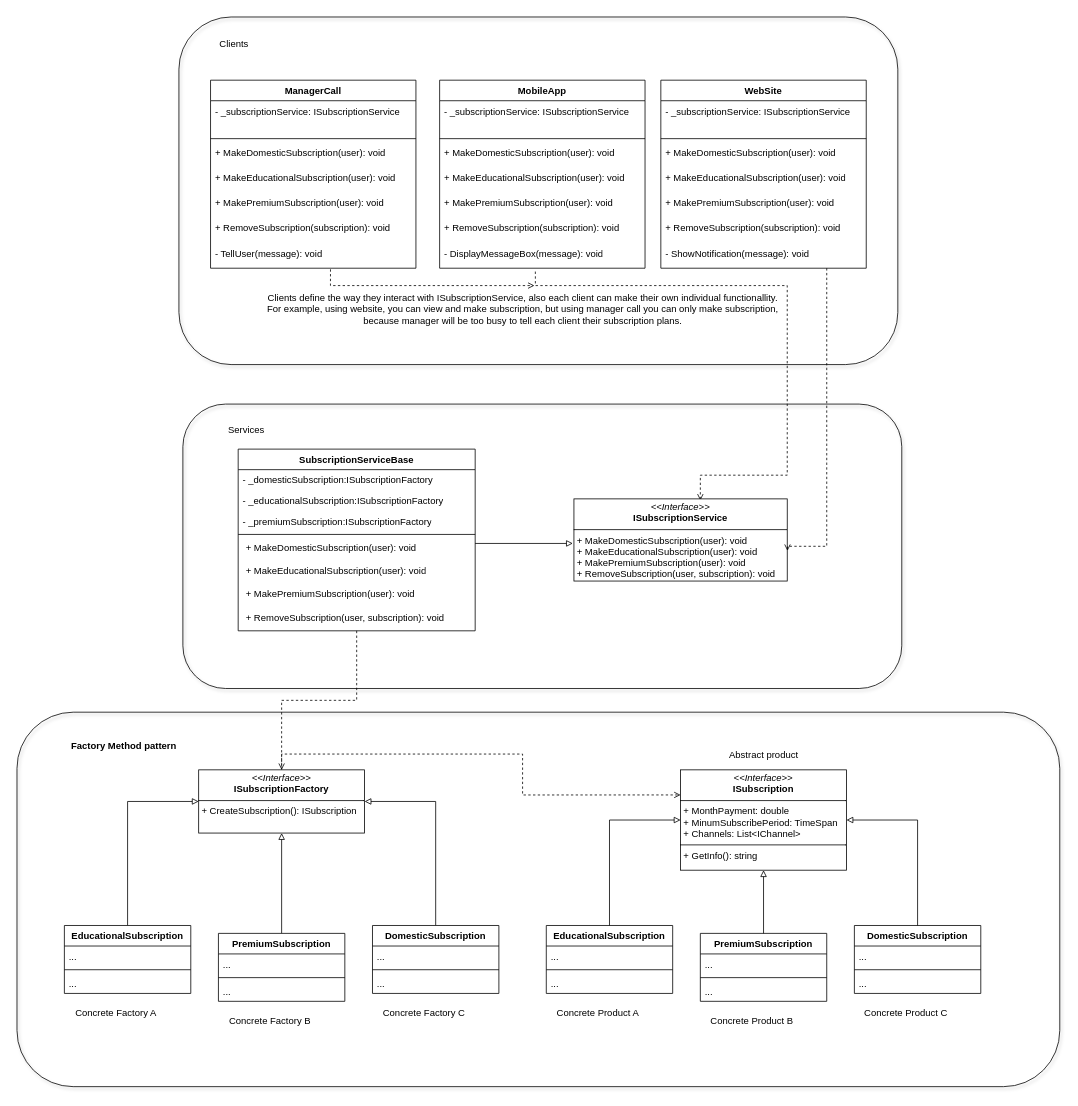
Before: Lab02/PatternExamples/Factory Method/FactoryMethod.drawio in DmitryKalinovskyi/Software-Design, a draw.io diagram. Source tidied: cells renumbered, new cells numbered last; positions are measured from the earlier drawing's top-left corner, leaving out a move shared by most shapes. Both pictures are drawn from the tidied source at 79%, with x=0, y=0 at pixel (17, 17).
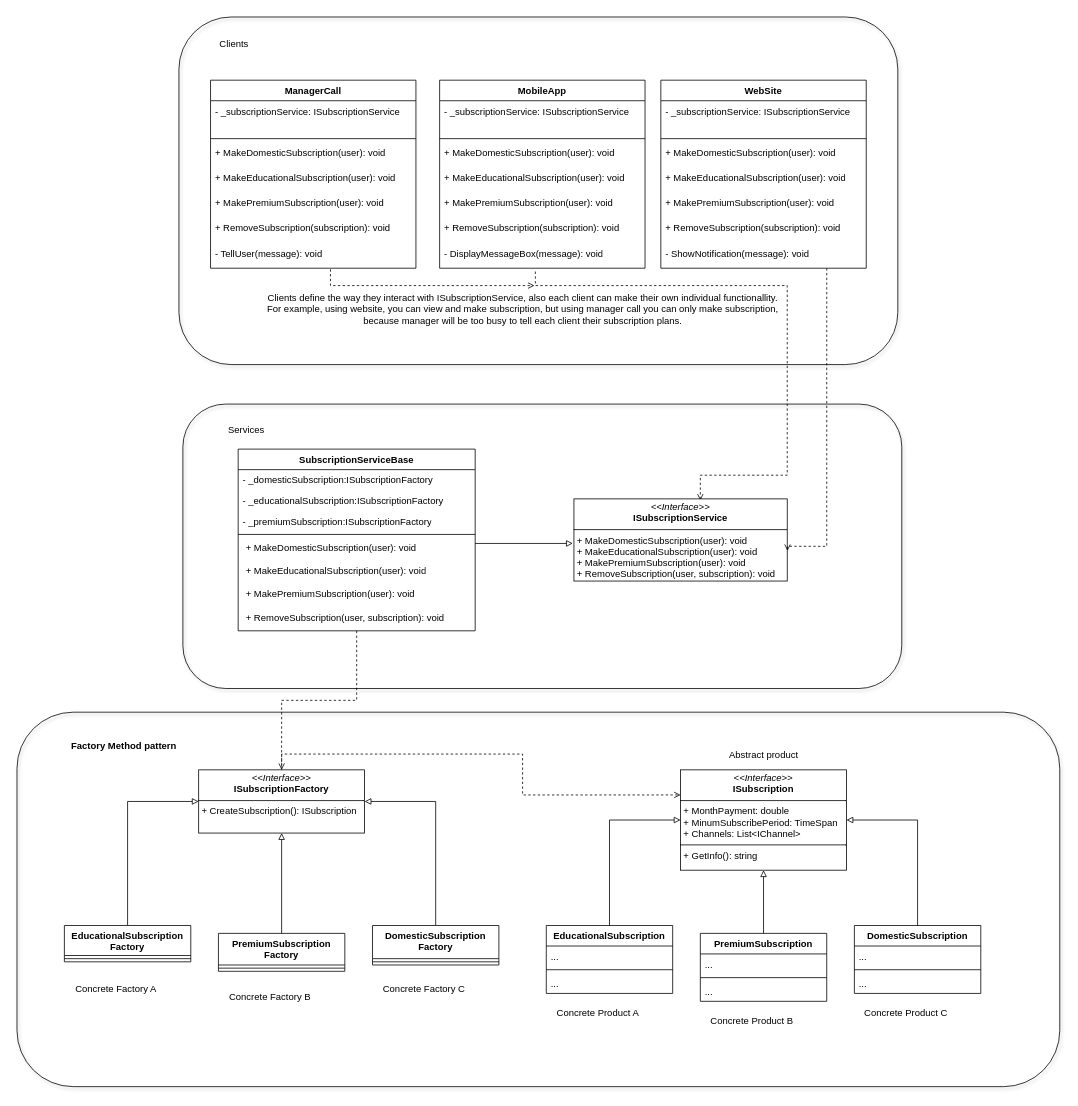
After the change.

Commit message (it also covers changes not shown here):
Updated factory method uml diagram

What changed in the source:
```diff
@@
+    <mxCell id="85" style="rounded=1;whiteSpace=wrap;html=1;fillColor=none;glass=0;shadow=1;" parent="1" vertex="1">
+      <mxGeometry y="880" width="1320" height="474" as="geometry" />
+    </mxCell>
@@
-    <mxCell id="55" value="DomesticSubscription" style="swimlane;fontStyle=1;align=center;verticalAlign=top;horizontal=1;startSize=26;whiteSpace=wrap;html=1;" parent="1" vertex="1">
-      <mxGeometry x="450" y="1150" width="160" height="86" as="geometry" />
+    <mxCell id="55" value="DomesticSubscription Factory" style="swimlane;fontStyle=1;align=center;verticalAlign=top;horizontal=1;startSize=42;whiteSpace=wrap;html=1;" parent="1" vertex="1">
+      <mxGeometry x="450" y="1150" width="160" height="50" as="geometry" />
     </mxCell>
-    <mxCell id="56" value="..." style="text;strokeColor=none;fillColor=none;align=left;verticalAlign=top;spacingLeft=4;spacingRight=4;overflow=hidden;whiteSpace=wrap;html=1;" parent="55" vertex="1">
-      <mxGeometry y="26" width="160" height="26" as="geometry" />
-    </mxCell>
     <mxCell id="57" style="line;strokeWidth=1;fillColor=none;align=left;verticalAlign=middle;spacingTop=-1;spacingLeft=3;spacingRight=3;labelPosition=right;strokeColor=inherit;" parent="55" vertex="1">
-      <mxGeometry y="52" width="160" height="8" as="geometry" />
+      <mxGeometry y="42" width="160" height="8" as="geometry" />
     </mxCell>
-    <mxCell id="58" value="..." style="text;strokeColor=none;fillColor=none;align=left;verticalAlign=top;spacingLeft=4;spacingRight=4;overflow=hidden;whiteSpace=wrap;html=1;" parent="55" vertex="1">
-      <mxGeometry y="60" width="160" height="26" as="geometry" />
-    </mxCell>
-    <mxCell id="59" value="PremiumSubscription" style="swimlane;fontStyle=1;align=center;verticalAlign=top;horizontal=1;startSize=26;whiteSpace=wrap;html=1;" parent="1" vertex="1">
-      <mxGeometry x="255" y="1160" width="160" height="86" as="geometry" />
+    <mxCell id="59" value="PremiumSubscription Factory" style="swimlane;fontStyle=1;align=center;verticalAlign=top;horizontal=1;startSize=40;whiteSpace=wrap;html=1;" parent="1" vertex="1">
+      <mxGeometry x="255" y="1160" width="160" height="48" as="geometry" />
     </mxCell>
-    <mxCell id="60" value="..." style="text;strokeColor=none;fillColor=none;align=left;verticalAlign=top;spacingLeft=4;spacingRight=4;overflow=hidden;whiteSpace=wrap;html=1;" parent="59" vertex="1">
-      <mxGeometry y="26" width="160" height="26" as="geometry" />
-    </mxCell>
     <mxCell id="61" style="line;strokeWidth=1;fillColor=none;align=left;verticalAlign=middle;spacingTop=-1;spacingLeft=3;spacingRight=3;labelPosition=right;strokeColor=inherit;" parent="59" vertex="1">
-      <mxGeometry y="52" width="160" height="8" as="geometry" />
+      <mxGeometry y="40" width="160" height="8" as="geometry" />
     </mxCell>
-    <mxCell id="62" value="..." style="text;strokeColor=none;fillColor=none;align=left;verticalAlign=top;spacingLeft=4;spacingRight=4;overflow=hidden;whiteSpace=wrap;html=1;" parent="59" vertex="1">
-      <mxGeometry y="60" width="160" height="26" as="geometry" />
-    </mxCell>
-    <mxCell id="63" value="EducationalSubscription" style="swimlane;fontStyle=1;align=center;verticalAlign=top;horizontal=1;startSize=26;whiteSpace=wrap;html=1;" parent="1" vertex="1">
-      <mxGeometry x="60" y="1150" width="160" height="86" as="geometry" />
+    <mxCell id="63" value="EducationalSubscription Factory&lt;div&gt;&lt;br&gt;&lt;/div&gt;" style="swimlane;fontStyle=1;align=center;verticalAlign=top;horizontal=1;startSize=38;whiteSpace=wrap;html=1;" parent="1" vertex="1">
+      <mxGeometry x="60" y="1150" width="160" height="46" as="geometry" />
     </mxCell>
-    <mxCell id="64" value="..." style="text;strokeColor=none;fillColor=none;align=left;verticalAlign=top;spacingLeft=4;spacingRight=4;overflow=hidden;whiteSpace=wrap;html=1;" parent="63" vertex="1">
-      <mxGeometry y="26" width="160" height="26" as="geometry" />
-    </mxCell>
     <mxCell id="65" style="line;strokeWidth=1;fillColor=none;align=left;verticalAlign=middle;spacingTop=-1;spacingLeft=3;spacingRight=3;labelPosition=right;strokeColor=inherit;" parent="63" vertex="1">
-      <mxGeometry y="52" width="160" height="8" as="geometry" />
+      <mxGeometry y="38" width="160" height="8" as="geometry" />
     </mxCell>
-    <mxCell id="66" value="..." style="text;strokeColor=none;fillColor=none;align=left;verticalAlign=top;spacingLeft=4;spacingRight=4;overflow=hidden;whiteSpace=wrap;html=1;" parent="63" vertex="1">
-      <mxGeometry y="60" width="160" height="26" as="geometry" />
-    </mxCell>
     <mxCell id="67" value="Concrete Factory A" style="text;html=1;align=center;verticalAlign=middle;strokeColor=none;fillColor=none;" parent="1" vertex="1">
-      <mxGeometry x="60" y="1246" width="130" height="30" as="geometry" />
+      <mxGeometry x="60" y="1216" width="130" height="30" as="geometry" />
     </mxCell>
     <mxCell id="68" value="Concrete Factory B" style="text;html=1;align=center;verticalAlign=middle;strokeColor=none;fillColor=none;" parent="1" vertex="1">
-      <mxGeometry x="255" y="1256" width="130" height="30" as="geometry" />
+      <mxGeometry x="255" y="1226" width="130" height="30" as="geometry" />
     </mxCell>
     <mxCell id="69" value="Concrete Factory C" style="text;html=1;align=center;verticalAlign=middle;strokeColor=none;fillColor=none;" parent="1" vertex="1">
-      <mxGeometry x="450" y="1246" width="130" height="30" as="geometry" />
+      <mxGeometry x="450" y="1216" width="130" height="30" as="geometry" />
     </mxCell>
@@
-    <mxCell id="85" style="rounded=1;whiteSpace=wrap;html=1;fillColor=none;glass=0;shadow=1;" parent="1" vertex="1">
-      <mxGeometry y="880" width="1320" height="474" as="geometry" />
-    </mxCell>
```
